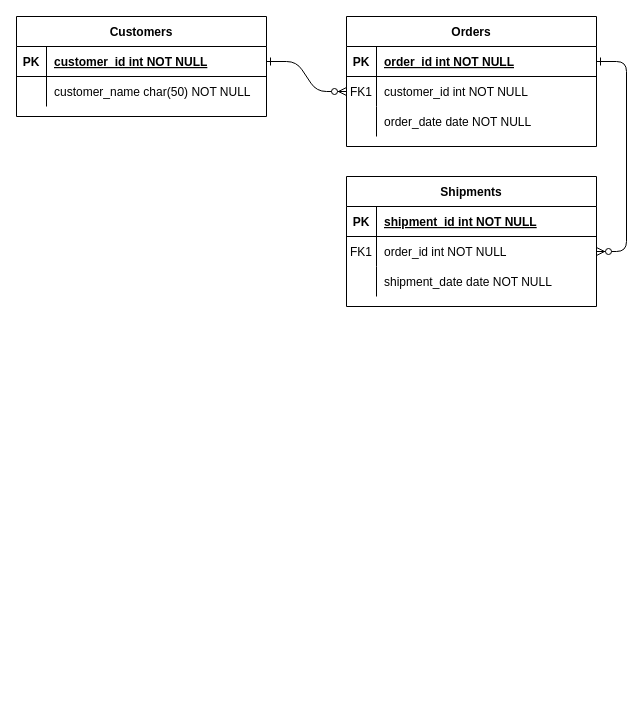
The draw.io diagram Diagrams/Untitled Diagram.drawio in JulianaMedinaF/iCommercewebDiagrams, before the edit. Source tidied: cells renumbered, new cells numbered last; positions are measured from the earlier drawing's top-left corner, leaving out a move shared by most shapes. Both pictures are drawn from the tidied source at 100%, with x=0, y=0 at pixel (16, 16).
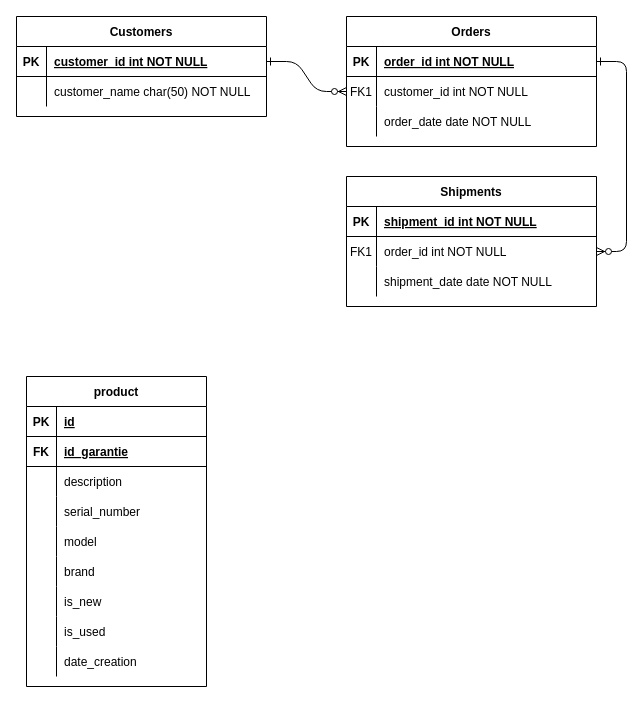
Above is the later version.

The edit, as a diff of the source:
```diff
@@
+    <mxCell id="31" value="product" style="shape=table;startSize=30;childLayout=tableLayout;rowLines=0;fontStyle=1;align=center;" parent="1" vertex="1">
+      <mxGeometry x="10" y="360" width="180" height="310" as="geometry" />
+    </mxCell>
+    <mxCell id="32" style="shape=partialRectangle;fillColor=none;top=0;left=0;bottom=1;right=0;" parent="31" vertex="1">
+      <mxGeometry y="30" width="180" height="30" as="geometry" />
+    </mxCell>
+    <mxCell id="33" value="PK" style="shape=partialRectangle;fillColor=none;top=0;left=0;bottom=0;right=0;fontStyle=1;overflow=hidden;" parent="32" vertex="1">
+      <mxGeometry width="30" height="30" as="geometry" />
+    </mxCell>
+    <mxCell id="34" value="id" style="shape=partialRectangle;fillColor=none;top=0;left=0;bottom=0;right=0;align=left;spacingLeft=6;fontStyle=5;overflow=hidden;" parent="32" vertex="1">
+      <mxGeometry x="30" width="150" height="30" as="geometry" />
+    </mxCell>
+    <mxCell id="35" style="shape=partialRectangle;fillColor=none;top=0;left=0;bottom=1;right=0;" parent="31" vertex="1">
+      <mxGeometry y="60" width="180" height="30" as="geometry" />
+    </mxCell>
+    <mxCell id="36" value="FK" style="shape=partialRectangle;fillColor=none;top=0;left=0;bottom=0;right=0;fontStyle=1;overflow=hidden;" parent="35" vertex="1">
+      <mxGeometry width="30" height="30" as="geometry" />
+    </mxCell>
+    <mxCell id="37" value="id_garantie" style="shape=partialRectangle;fillColor=none;top=0;left=0;bottom=0;right=0;align=left;spacingLeft=6;fontStyle=5;overflow=hidden;" parent="35" vertex="1">
+      <mxGeometry x="30" width="150" height="30" as="geometry" />
+    </mxCell>
+    <mxCell id="38" style="shape=partialRectangle;fillColor=none;top=0;left=0;bottom=0;right=0;" parent="31" vertex="1">
+      <mxGeometry y="90" width="180" height="30" as="geometry" />
+    </mxCell>
+    <mxCell id="39" style="shape=partialRectangle;fillColor=none;top=0;left=0;bottom=0;right=0;overflow=hidden;" parent="38" vertex="1">
+      <mxGeometry width="30" height="30" as="geometry" />
+    </mxCell>
+    <mxCell id="40" value="description" style="shape=partialRectangle;fillColor=none;top=0;left=0;bottom=0;right=0;align=left;spacingLeft=6;overflow=hidden;" parent="38" vertex="1">
+      <mxGeometry x="30" width="150" height="30" as="geometry" />
+    </mxCell>
+    <mxCell id="41" style="shape=partialRectangle;fillColor=none;top=0;left=0;bottom=0;right=0;" parent="31" vertex="1">
+      <mxGeometry y="120" width="180" height="30" as="geometry" />
+    </mxCell>
+    <mxCell id="42" style="shape=partialRectangle;fillColor=none;top=0;left=0;bottom=0;right=0;overflow=hidden;" parent="41" vertex="1">
+      <mxGeometry width="30" height="30" as="geometry" />
+    </mxCell>
+    <mxCell id="43" value="serial_number" style="shape=partialRectangle;fillColor=none;top=0;left=0;bottom=0;right=0;align=left;spacingLeft=6;overflow=hidden;" parent="41" vertex="1">
+      <mxGeometry x="30" width="150" height="30" as="geometry" />
+    </mxCell>
+    <mxCell id="44" style="shape=partialRectangle;fillColor=none;top=0;left=0;bottom=0;right=0;" parent="31" vertex="1">
+      <mxGeometry y="150" width="180" height="30" as="geometry" />
+    </mxCell>
+    <mxCell id="45" style="shape=partialRectangle;fillColor=none;top=0;left=0;bottom=0;right=0;overflow=hidden;" parent="44" vertex="1">
+      <mxGeometry width="30" height="30" as="geometry" />
+    </mxCell>
+    <mxCell id="46" value="model" style="shape=partialRectangle;fillColor=none;top=0;left=0;bottom=0;right=0;align=left;spacingLeft=6;overflow=hidden;" parent="44" vertex="1">
+      <mxGeometry x="30" width="150" height="30" as="geometry" />
+    </mxCell>
+    <mxCell id="47" style="shape=partialRectangle;fillColor=none;top=0;left=0;bottom=0;right=0;" parent="31" vertex="1">
+      <mxGeometry y="180" width="180" height="30" as="geometry" />
+    </mxCell>
+    <mxCell id="48" style="shape=partialRectangle;fillColor=none;top=0;left=0;bottom=0;right=0;overflow=hidden;" parent="47" vertex="1">
+      <mxGeometry width="30" height="30" as="geometry" />
+    </mxCell>
+    <mxCell id="49" value="brand" style="shape=partialRectangle;fillColor=none;top=0;left=0;bottom=0;right=0;align=left;spacingLeft=6;overflow=hidden;" parent="47" vertex="1">
+      <mxGeometry x="30" width="150" height="30" as="geometry" />
+    </mxCell>
+    <mxCell id="50" style="shape=partialRectangle;fillColor=none;top=0;left=0;bottom=0;right=0;" parent="31" vertex="1">
+      <mxGeometry y="210" width="180" height="30" as="geometry" />
+    </mxCell>
+    <mxCell id="51" style="shape=partialRectangle;fillColor=none;top=0;left=0;bottom=0;right=0;overflow=hidden;" parent="50" vertex="1">
+      <mxGeometry width="30" height="30" as="geometry" />
+    </mxCell>
+    <mxCell id="52" value="is_new" style="shape=partialRectangle;fillColor=none;top=0;left=0;bottom=0;right=0;align=left;spacingLeft=6;overflow=hidden;" parent="50" vertex="1">
+      <mxGeometry x="30" width="150" height="30" as="geometry" />
+    </mxCell>
+    <mxCell id="53" style="shape=partialRectangle;fillColor=none;top=0;left=0;bottom=0;right=0;" parent="31" vertex="1">
+      <mxGeometry y="240" width="180" height="30" as="geometry" />
+    </mxCell>
+    <mxCell id="54" style="shape=partialRectangle;fillColor=none;top=0;left=0;bottom=0;right=0;overflow=hidden;" parent="53" vertex="1">
+      <mxGeometry width="30" height="30" as="geometry" />
+    </mxCell>
+    <mxCell id="55" value="is_used" style="shape=partialRectangle;fillColor=none;top=0;left=0;bottom=0;right=0;align=left;spacingLeft=6;overflow=hidden;" parent="53" vertex="1">
+      <mxGeometry x="30" width="150" height="30" as="geometry" />
+    </mxCell>
+    <mxCell id="56" style="shape=partialRectangle;fillColor=none;top=0;left=0;bottom=0;right=0;" parent="31" vertex="1">
+      <mxGeometry y="270" width="180" height="30" as="geometry" />
+    </mxCell>
+    <mxCell id="57" style="shape=partialRectangle;fillColor=none;top=0;left=0;bottom=0;right=0;overflow=hidden;" parent="56" vertex="1">
+      <mxGeometry width="30" height="30" as="geometry" />
+    </mxCell>
+    <mxCell id="58" value="date_creation" style="shape=partialRectangle;fillColor=none;top=0;left=0;bottom=0;right=0;align=left;spacingLeft=6;overflow=hidden;" parent="56" vertex="1">
+      <mxGeometry x="30" width="150" height="30" as="geometry" />
+    </mxCell>
```
